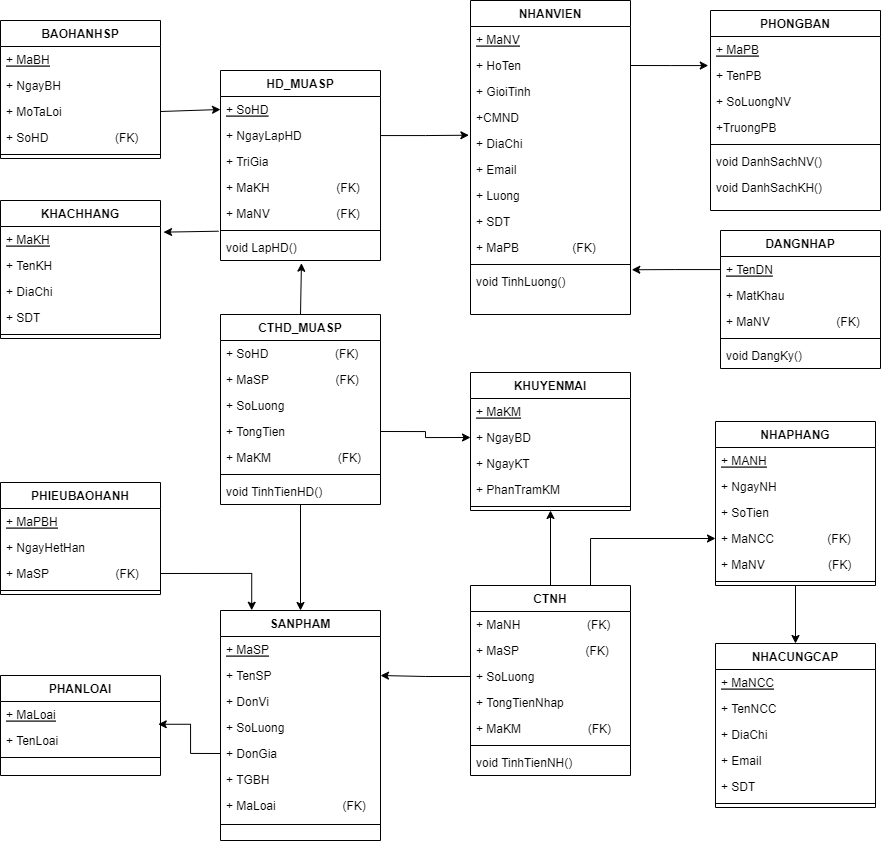
shenkedokato/Java keeps this draw.io diagram as Đồ Án/Phân tích thiết kế/Class Diagram.png. Above is the earlier version. Source tidied: cells renumbered, new cells last; positions are measured from the earlier drawing's top-left corner, leaving out a move shared by most shapes.
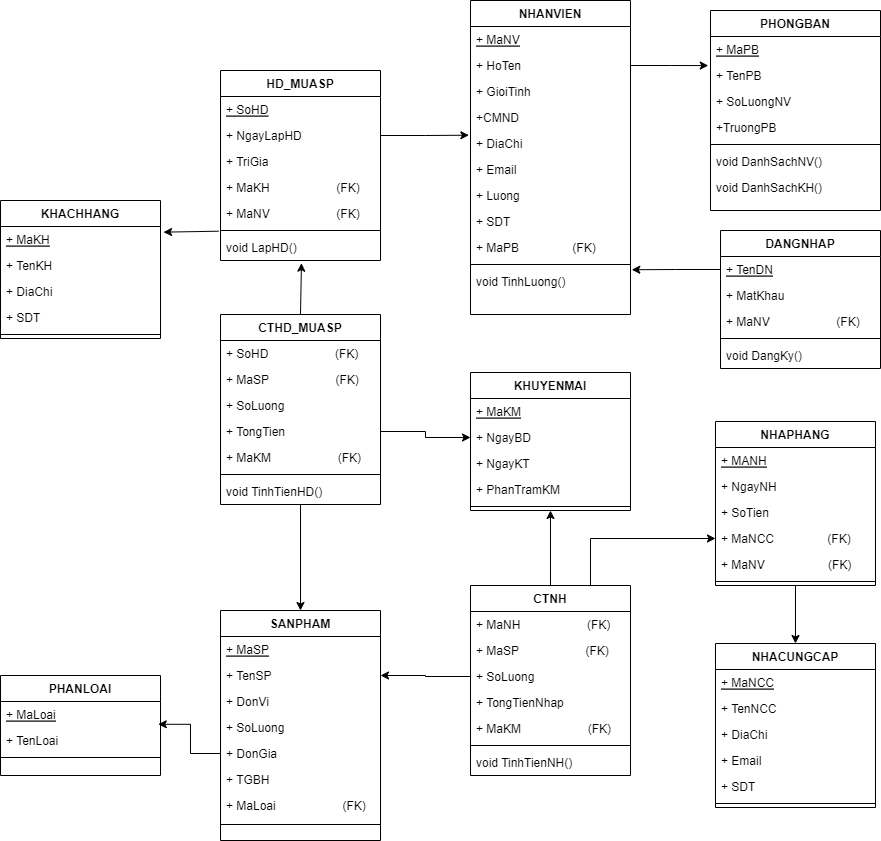
After the commit.

What changed in the source:
```diff
@@ -119,24 +119,6 @@
     <mxCell id="40" style="line;strokeWidth=1;fillColor=none;align=left;verticalAlign=middle;spacingTop=-1;spacingLeft=3;spacingRight=3;labelPosition=right;" parent="35" vertex="1">
       <mxGeometry y="130" width="160" height="8" as="geometry" />
     </mxCell>
-    <mxCell id="41" value="BAOHANHSP" style="swimlane;fontStyle=1;align=center;verticalAlign=top;horizontal=1;startSize=26;" parent="1" vertex="1">
-      <mxGeometry y="20" width="160" height="138" as="geometry" />
-    </mxCell>
-    <mxCell id="42" value="+ MaBH" style="text;strokeColor=none;fillColor=none;align=left;verticalAlign=top;spacingLeft=4;spacingRight=4;overflow=hidden;fontStyle=4;" parent="41" vertex="1">
-      <mxGeometry y="26" width="160" height="26" as="geometry" />
-    </mxCell>
-    <mxCell id="43" value="+ NgayBH" style="text;strokeColor=none;fillColor=none;align=left;verticalAlign=top;spacingLeft=4;spacingRight=4;overflow=hidden;" parent="41" vertex="1">
-      <mxGeometry y="52" width="160" height="26" as="geometry" />
-    </mxCell>
-    <mxCell id="44" value="+ MoTaLoi" style="text;strokeColor=none;fillColor=none;align=left;verticalAlign=top;spacingLeft=4;spacingRight=4;overflow=hidden;points=[[0,0.5],[1,0.5]];portConstraint=eastwest;" parent="41" vertex="1">
-      <mxGeometry y="78" width="160" height="26" as="geometry" />
-    </mxCell>
-    <mxCell id="45" value="+ SoHD                    (FK)" style="text;strokeColor=none;fillColor=none;align=left;verticalAlign=top;spacingLeft=4;spacingRight=4;overflow=hidden;" parent="41" vertex="1">
-      <mxGeometry y="104" width="160" height="26" as="geometry" />
-    </mxCell>
-    <mxCell id="46" style="line;strokeWidth=1;fillColor=none;align=left;verticalAlign=middle;spacingTop=-1;spacingLeft=3;spacingRight=3;labelPosition=right;" parent="41" vertex="1">
-      <mxGeometry y="130" width="160" height="8" as="geometry" />
-    </mxCell>
     <mxCell id="47" value="KHACHHANG" style="swimlane;fontStyle=1;align=center;verticalAlign=top;horizontal=1;startSize=26;" parent="1" vertex="1">
       <mxGeometry y="200" width="160" height="138" as="geometry" />
     </mxCell>
@@ -155,21 +137,6 @@
     <mxCell id="52" style="line;strokeWidth=1;fillColor=none;align=left;verticalAlign=middle;spacingTop=-1;spacingLeft=3;spacingRight=3;labelPosition=right;" parent="47" vertex="1">
       <mxGeometry y="130" width="160" height="8" as="geometry" />
     </mxCell>
-    <mxCell id="53" value="PHIEUBAOHANH" style="swimlane;fontStyle=1;align=center;verticalAlign=top;horizontal=1;startSize=26;" parent="1" vertex="1">
-      <mxGeometry y="482" width="160" height="112" as="geometry" />
-    </mxCell>
-    <mxCell id="54" value="+ MaPBH" style="text;strokeColor=none;fillColor=none;align=left;verticalAlign=top;spacingLeft=4;spacingRight=4;overflow=hidden;fontStyle=4;" parent="53" vertex="1">
-      <mxGeometry y="26" width="160" height="26" as="geometry" />
-    </mxCell>
-    <mxCell id="55" value="+ NgayHetHan" style="text;strokeColor=none;fillColor=none;align=left;verticalAlign=top;spacingLeft=4;spacingRight=4;overflow=hidden;" parent="53" vertex="1">
-      <mxGeometry y="52" width="160" height="26" as="geometry" />
-    </mxCell>
-    <mxCell id="56" value="+ MaSP                    (FK)" style="text;strokeColor=none;fillColor=none;align=left;verticalAlign=top;spacingLeft=4;spacingRight=4;overflow=hidden;points=[[0,0.5],[1,0.5]];portConstraint=eastwest;" parent="53" vertex="1">
-      <mxGeometry y="78" width="160" height="26" as="geometry" />
-    </mxCell>
-    <mxCell id="57" style="line;strokeWidth=1;fillColor=none;align=left;verticalAlign=middle;spacingTop=-1;spacingLeft=3;spacingRight=3;labelPosition=right;" parent="53" vertex="1">
-      <mxGeometry y="104" width="160" height="8" as="geometry" />
-    </mxCell>
     <mxCell id="58" value="HD_MUASP" style="swimlane;fontStyle=1;align=center;verticalAlign=top;horizontal=1;startSize=26;" parent="1" vertex="1">
       <mxGeometry x="220" y="70" width="160" height="190" as="geometry" />
     </mxCell>
@@ -314,12 +281,6 @@
     <mxCell id="105" value="void DangKy()" style="text;strokeColor=none;fillColor=none;align=left;verticalAlign=top;spacingLeft=4;spacingRight=4;overflow=hidden;" parent="100" vertex="1">
       <mxGeometry y="112" width="160" height="26" as="geometry" />
     </mxCell>
-    <mxCell id="106" style="endArrow=classic;html=1;rounded=0;exitX=1;exitY=0.5;exitDx=0;exitDy=0;entryX=0;entryY=0.5;entryDx=0;entryDy=0;" parent="1" edge="1" source="44" target="59">
-      <mxGeometry relative="1" as="geometry" />
-    </mxCell>
-    <mxCell id="107" style="edgeStyle=orthogonalEdgeStyle;rounded=0;jettySize=auto;html=1;exitX=1;exitY=0.5;exitDx=0;exitDy=0;entryX=0.195;entryY=-0.001;entryDx=0;entryDy=0;entryPerimeter=0;" parent="1" edge="1" source="56" target="22">
-      <mxGeometry relative="1" as="geometry" />
-    </mxCell>
     <mxCell id="108" style="edgeStyle=orthogonalEdgeStyle;rounded=0;jettySize=auto;html=1;exitX=0;exitY=0.5;exitDx=0;exitDy=0;entryX=0.986;entryY=-0.124;entryDx=0;entryDy=0;entryPerimeter=0;" parent="1" edge="1" source="27" target="33">
       <mxGeometry relative="1" as="geometry" />
     </mxCell>
```
